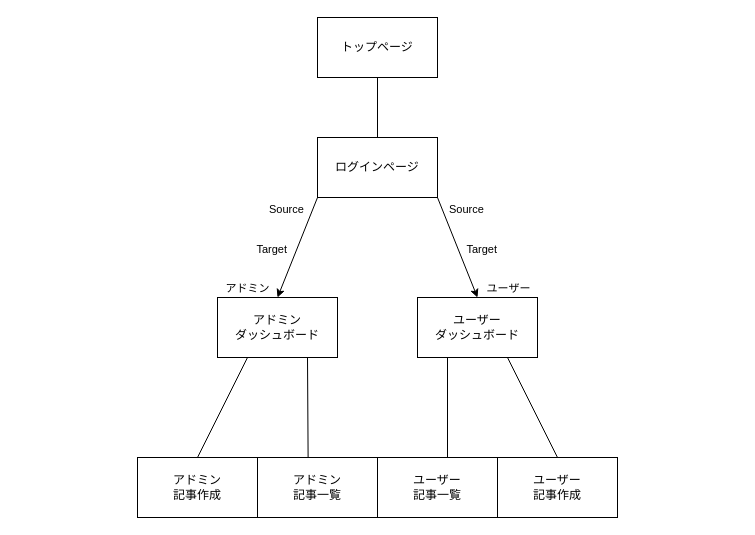
Above: neuronwriter_app/.agent/skills/UI.drawio in uri777jp-create/Antigravity_work (draw.io), before the change. Source tidied: cells renumbered, new cells numbered last; positions are measured from the earlier drawing's top-left corner, leaving out a move shared by most shapes. Both pictures are drawn from the tidied source at 100%, with x=0, y=0 at pixel (137, 17).
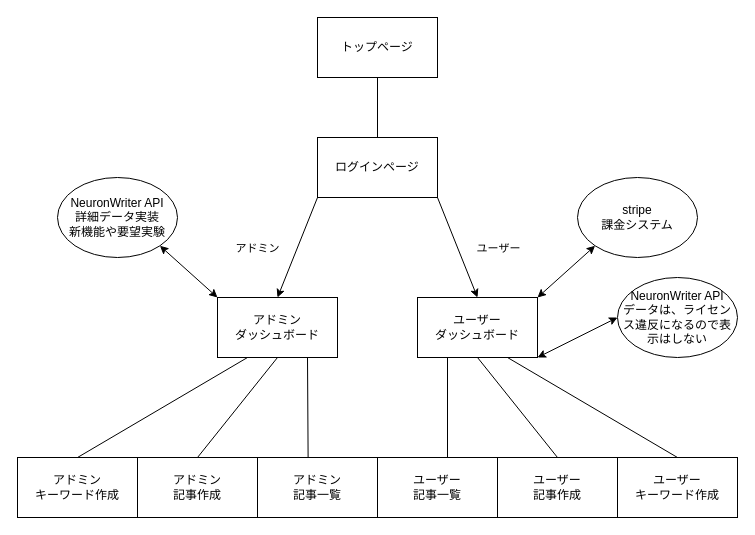
The same diagram, later.

The change refers to these unchanged cells:
```xml
<mxCell id="4" style="endArrow=classic;html=1;exitX=1;exitY=1;exitDx=0;exitDy=0;" parent="1" edge="1" source="12">
  <mxGeometry relative="1" as="geometry">
    <mxPoint x="340" y="280" as="targetPoint" />
  </mxGeometry>
</mxCell>
<mxCell id="8" style="endArrow=classic;html=1;exitX=0;exitY=1;exitDx=0;exitDy=0;" parent="1" edge="1" source="12">
  <mxGeometry relative="1" as="geometry">
    <mxPoint x="140" y="280" as="targetPoint" />
  </mxGeometry>
</mxCell>
<mxCell id="13" value="アドミン&lt;br&gt;ダッシュボード" style="rounded=0;whiteSpace=wrap;html=1;" parent="1" vertex="1">
  <mxGeometry x="80" y="280" width="120" height="60" as="geometry" />
</mxCell>
<mxCell id="14" value="ユーザー&lt;br style=&quot;border-color: rgb(218, 220, 224);&quot;&gt;ダッシュボード" style="rounded=0;whiteSpace=wrap;html=1;" parent="1" vertex="1">
  <mxGeometry x="280" y="280" width="120" height="60" as="geometry" />
</mxCell>
<mxCell id="17" value="ユーザー&lt;br&gt;記事作成" style="rounded=0;whiteSpace=wrap;html=1;" parent="1" vertex="1">
  <mxGeometry x="360" y="440" width="120" height="60" as="geometry" />
</mxCell>
<mxCell id="20" value="アドミン&lt;br&gt;記事一覧" style="rounded=0;whiteSpace=wrap;html=1;" parent="1" vertex="1">
  <mxGeometry x="120" y="440" width="120" height="60" as="geometry" />
</mxCell>
<mxCell id="22" value="アドミン&lt;br&gt;記事作成" style="rounded=0;whiteSpace=wrap;html=1;" parent="1" vertex="1">
  <mxGeometry y="440" width="120" height="60" as="geometry" />
</mxCell>
```

Change to the diagram source:
```diff
@@
     <mxCell id="5" value="ユーザー" style="edgeLabel;html=1;align=center;verticalAlign=middle;" parent="4" vertex="1">
       <mxGeometry relative="1" as="geometry">
-        <mxPoint x="50" y="40" as="offset" />
+        <mxPoint x="40" as="offset" />
       </mxGeometry>
     </mxCell>
-    <mxCell id="6" value="Source" style="edgeLabel;html=1;align=left;verticalAlign=bottom;" parent="4" vertex="1">
-      <mxGeometry x="-1" relative="1" as="geometry">
-        <mxPoint x="10" y="20" as="offset" />
-      </mxGeometry>
-    </mxCell>
-    <mxCell id="7" value="Target" style="edgeLabel;html=1;align=right;verticalAlign=bottom;" parent="4" vertex="1">
-      <mxGeometry x="1" relative="1" as="geometry">
-        <mxPoint x="20" y="-40" as="offset" />
-      </mxGeometry>
-    </mxCell>
@@
     <mxCell id="9" value="アドミン" style="edgeLabel;html=1;align=center;verticalAlign=middle;" parent="8" vertex="1">
       <mxGeometry relative="1" as="geometry">
-        <mxPoint x="-50" y="40" as="offset" />
+        <mxPoint x="-40" as="offset" />
       </mxGeometry>
     </mxCell>
-    <mxCell id="10" value="Source" style="edgeLabel;html=1;align=left;verticalAlign=bottom;" parent="8" vertex="1">
-      <mxGeometry x="-1" relative="1" as="geometry">
-        <mxPoint x="-50" y="20" as="offset" />
-      </mxGeometry>
-    </mxCell>
-    <mxCell id="11" value="Target" style="edgeLabel;html=1;align=right;verticalAlign=bottom;" parent="8" vertex="1">
-      <mxGeometry x="1" relative="1" as="geometry">
-        <mxPoint x="10" y="-40" as="offset" />
-      </mxGeometry>
-    </mxCell>
@@
-    <mxCell id="15" style="endArrow=none;html=1;exitX=0.25;exitY=1;exitDx=0;exitDy=0;entryX=0.5;entryY=0;entryDx=0;entryDy=0;" parent="1" edge="1" source="13" target="22">
+    <mxCell id="15" style="endArrow=none;html=1;exitX=0.5;exitY=1;exitDx=0;exitDy=0;entryX=0.5;entryY=0;entryDx=0;entryDy=0;" parent="1" edge="1" source="13" target="22">
       <mxGeometry relative="1" as="geometry" />
     </mxCell>
-    <mxCell id="16" style="endArrow=none;html=1;exitX=0.75;exitY=1;exitDx=0;exitDy=0;entryX=0.422;entryY=0.056;entryDx=0;entryDy=0;entryPerimeter=0;" parent="1" edge="1" source="13" target="20">
+    <mxCell id="16" style="endArrow=none;html=1;entryX=0.422;entryY=0.056;entryDx=0;entryDy=0;entryPerimeter=0;exitX=0.75;exitY=1;exitDx=0;exitDy=0;" parent="1" edge="1" source="13" target="20">
       <mxGeometry relative="1" as="geometry" />
     </mxCell>
@@
-    <mxCell id="19" style="endArrow=none;html=1;exitX=0.75;exitY=1;exitDx=0;exitDy=0;entryX=0.5;entryY=0;entryDx=0;entryDy=0;" parent="1" edge="1" source="14" target="17">
+    <mxCell id="19" style="endArrow=none;html=1;entryX=0.5;entryY=0;entryDx=0;entryDy=0;exitX=0.5;exitY=1;exitDx=0;exitDy=0;" parent="1" edge="1" source="14" target="17">
       <mxGeometry relative="1" as="geometry" />
     </mxCell>
@@
+    <mxCell id="23" value="アドミン&lt;br&gt;キーワード作成" style="rounded=0;whiteSpace=wrap;html=1;" parent="1" vertex="1">
+      <mxGeometry x="-120" y="440" width="120" height="60" as="geometry" />
+    </mxCell>
+    <mxCell id="24" value="ユーザー&lt;br&gt;キーワード作成" style="rounded=0;whiteSpace=wrap;html=1;" parent="1" vertex="1">
+      <mxGeometry x="480" y="440" width="120" height="60" as="geometry" />
+    </mxCell>
+    <mxCell id="25" style="endArrow=none;html=1;exitX=0.25;exitY=1;exitDx=0;exitDy=0;entryX=0.5;entryY=0;entryDx=0;entryDy=0;" parent="1" edge="1" source="13" target="23">
+      <mxGeometry relative="1" as="geometry" />
+    </mxCell>
+    <mxCell id="26" style="endArrow=none;html=1;entryX=0.5;entryY=0;entryDx=0;entryDy=0;exitX=0.75;exitY=1;exitDx=0;exitDy=0;" parent="1" edge="1" source="14" target="24">
+      <mxGeometry relative="1" as="geometry" />
+    </mxCell>
+    <mxCell id="27" style="endArrow=classic;startArrow=classic;html=1;entryX=0;entryY=1;entryDx=0;entryDy=0;" parent="1" edge="1" target="28">
+      <mxGeometry relative="1" as="geometry">
+        <mxPoint x="400" y="280" as="sourcePoint" />
+      </mxGeometry>
+    </mxCell>
+    <mxCell id="28" value="stripe&lt;br&gt;課金システム" style="ellipse;whiteSpace=wrap;html=1;" parent="1" vertex="1">
+      <mxGeometry x="440" y="160" width="120" height="80" as="geometry" />
+    </mxCell>
+    <mxCell id="29" style="endArrow=classic;startArrow=classic;html=1;entryX=0;entryY=0;entryDx=0;entryDy=0;exitX=1;exitY=1;exitDx=0;exitDy=0;" parent="1" edge="1" source="30" target="13">
+      <mxGeometry relative="1" as="geometry" />
+    </mxCell>
+    <mxCell id="30" value="NeuronWriter API&lt;br&gt;詳細データ実装&lt;br&gt;新機能や要望実験" style="ellipse;whiteSpace=wrap;html=1;" parent="1" vertex="1">
+      <mxGeometry x="-80" y="160" width="120" height="80" as="geometry" />
+    </mxCell>
+    <mxCell id="31" value="NeuronWriter API&lt;br&gt;データは、ライセンス違反になるので表示はしない" style="ellipse;whiteSpace=wrap;html=1;" parent="1" vertex="1">
+      <mxGeometry x="480" y="260" width="120" height="80" as="geometry" />
+    </mxCell>
+    <mxCell id="32" style="endArrow=classic;startArrow=classic;html=1;entryX=0;entryY=0.5;entryDx=0;entryDy=0;exitX=1;exitY=1;exitDx=0;exitDy=0;" parent="1" edge="1" source="14" target="31">
+      <mxGeometry relative="1" as="geometry" />
+    </mxCell>
```
